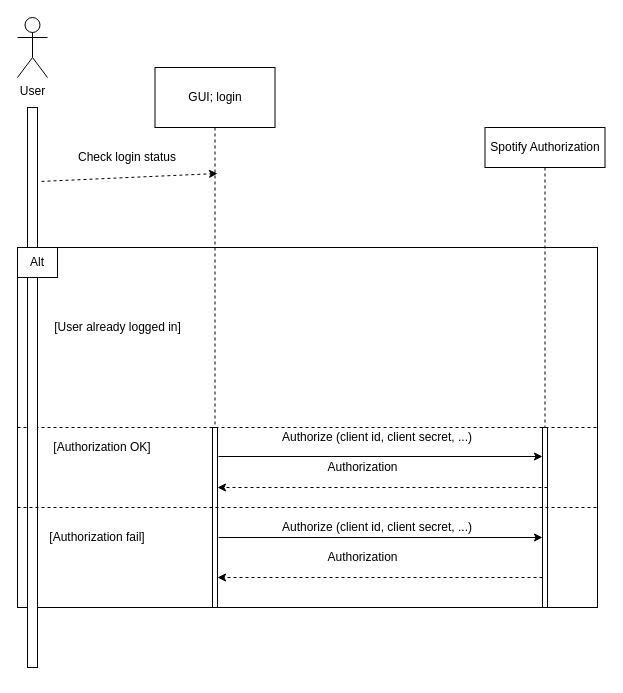
This is login_sequence_model.drawio from stpilks99/moodipy, a draw.io file, before an edit. Source tidied: cells renumbered, new cells numbered last; positions are measured from the earlier drawing's top-left corner, leaving out a move shared by most shapes. Both pictures are drawn from the tidied source at 100%, with x=0, y=0 at pixel (17, 17).
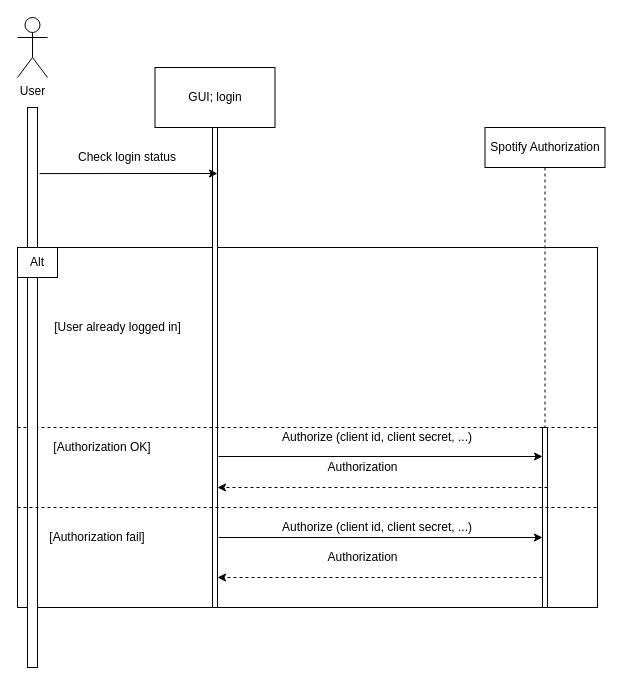
After the change.

Commit message:
Quick update in-class

Unchanged cells that the change refers to:
```xml
<mxCell id="17" style="rounded=0;whiteSpace=wrap;html=1;" parent="1" vertex="1">
  <mxGeometry x="10" y="90" width="10" height="560" as="geometry" />
</mxCell>
```

What changed in the source:
```diff
@@
     <mxCell id="6" style="rounded=0;whiteSpace=wrap;html=1;" parent="1" vertex="1">
-      <mxGeometry x="195" y="410" width="5" height="180" as="geometry" />
+      <mxGeometry x="195" y="110" width="5" height="480" as="geometry" />
     </mxCell>
@@
-    <mxCell id="21" style="endArrow=classic;html=1;dashed=1;exitX=1.4;exitY=0.132;exitDx=0;exitDy=0;exitPerimeter=0;" parent="1" edge="1" source="17">
+    <mxCell id="21" style="endArrow=classic;html=1;exitX=1.2;exitY=0.118;exitDx=0;exitDy=0;exitPerimeter=0;" parent="1" edge="1" source="17">
       <mxGeometry relative="1" as="geometry">
         <mxPoint x="200" y="156" as="targetPoint" />
       </mxGeometry>
     </mxCell>
```
